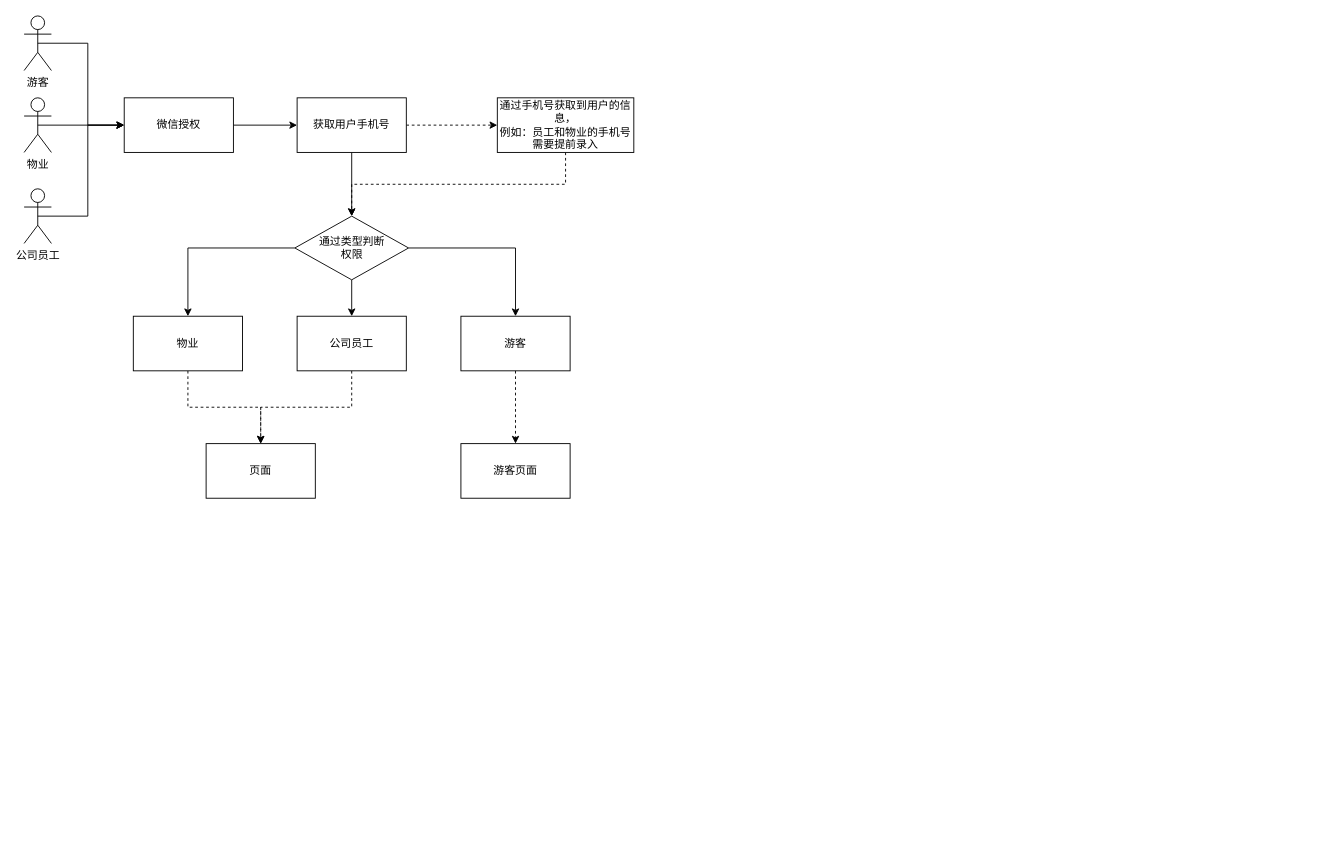
Above: 江山数字消防-小程序登陆流程图.drawio in dongzl/diagram (draw.io), before the change. Source tidied: cells renumbered, new cells numbered last; positions are measured from the earlier drawing's top-left corner, leaving out a move shared by most shapes. Both pictures are drawn from the tidied source at 91%, with x=0, y=0 at pixel (24, 15).
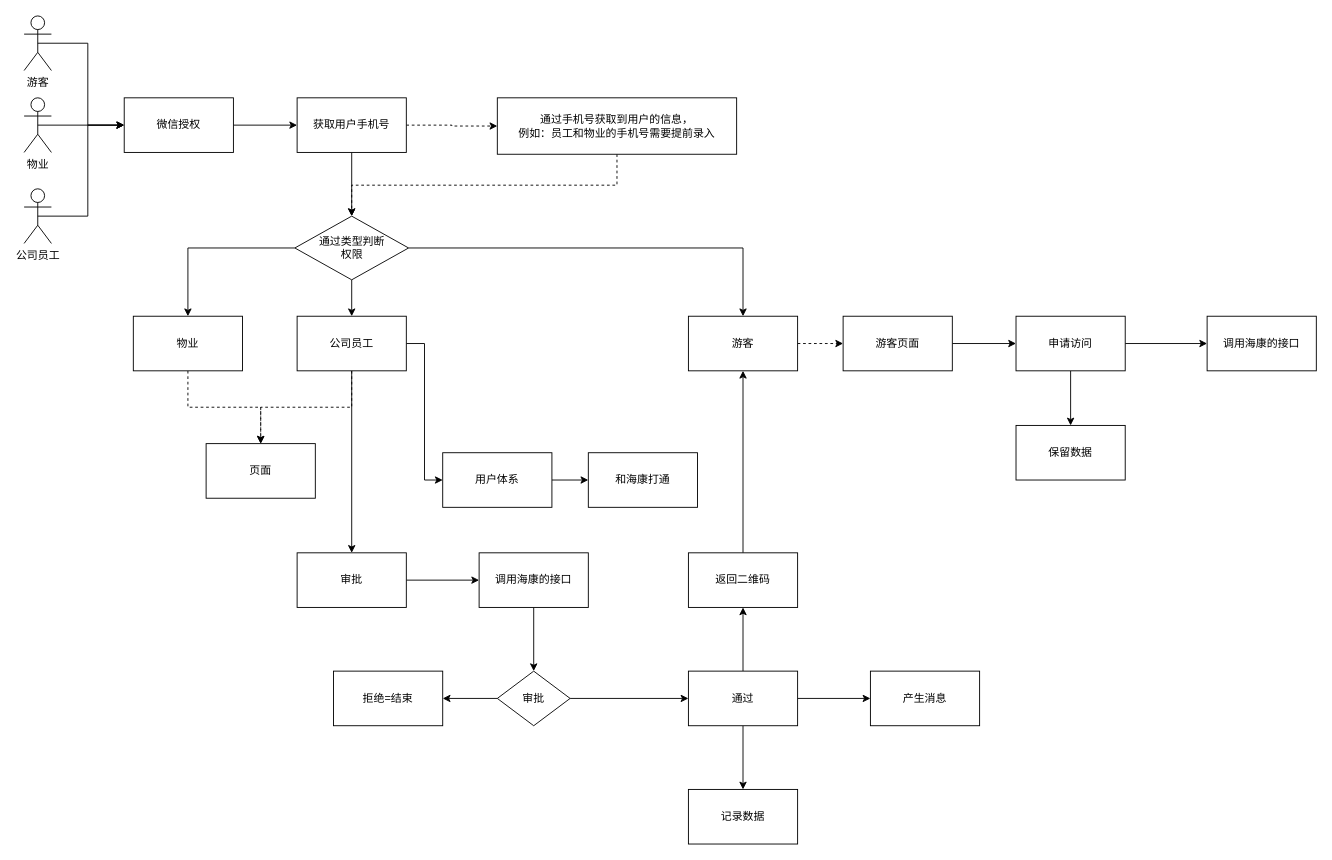
After the change.

Commit message:
更新江山数字消防-小程序登陆流程图.drawio

The change refers to these unchanged cells:
```xml
<mxCell id="20" value="公司员工" style="whiteSpace=wrap;html=1;rounded=0;" parent="1" vertex="1">
  <mxGeometry x="300" y="330" width="120" height="60" as="geometry" />
</mxCell>
```

Diff of the diagram source:
```diff
@@
-<mxGraphModel>
+<mxGraphModel background="#ffffff">
@@
+    <mxCell id="27" style="edgeStyle=orthogonalEdgeStyle;rounded=0;jettySize=auto;html=1;entryX=0.5;entryY=0;entryDx=0;entryDy=0;" parent="1" edge="1" source="20" target="36">
+      <mxGeometry relative="1" as="geometry" />
+    </mxCell>
+    <mxCell id="28" style="edgeStyle=orthogonalEdgeStyle;rounded=0;jettySize=auto;html=1;entryX=0;entryY=0.5;entryDx=0;entryDy=0;" parent="1" edge="1" source="20" target="42">
+      <mxGeometry relative="1" as="geometry" />
+    </mxCell>
@@
     <mxCell id="22" value="游客" style="whiteSpace=wrap;html=1;rounded=0;" parent="1" vertex="1">
-      <mxGeometry x="480" y="330" width="120" height="60" as="geometry" />
+      <mxGeometry x="730" y="330" width="120" height="60" as="geometry" />
     </mxCell>
@@
     <mxCell id="24" value="通过手机号获取到用户的信息，&lt;br&gt;例如：员工和物业的手机号需要提前录入" style="whiteSpace=wrap;html=1;rounded=0;" parent="1" vertex="1">
-      <mxGeometry x="520" y="90" width="150" height="60" as="geometry" />
+      <mxGeometry x="520" y="90" width="263" height="62" as="geometry" />
     </mxCell>
@@
+    <mxCell id="29" style="edgeStyle=orthogonalEdgeStyle;rounded=0;jettySize=auto;html=1;" parent="1" edge="1" source="26" target="32">
+      <mxGeometry relative="1" as="geometry" />
+    </mxCell>
     <mxCell id="26" value="游客页面" style="whiteSpace=wrap;html=1;rounded=0;" parent="1" vertex="1">
-      <mxGeometry x="480" y="470" width="120" height="60" as="geometry" />
+      <mxGeometry x="900" y="330" width="120" height="60" as="geometry" />
     </mxCell>
+    <mxCell id="30" style="edgeStyle=orthogonalEdgeStyle;rounded=0;jettySize=auto;html=1;" parent="1" edge="1" source="32" target="33">
+      <mxGeometry relative="1" as="geometry" />
+    </mxCell>
+    <mxCell id="31" style="edgeStyle=orthogonalEdgeStyle;rounded=0;jettySize=auto;html=1;" parent="1" edge="1" source="32" target="34">
+      <mxGeometry relative="1" as="geometry" />
+    </mxCell>
+    <mxCell id="32" value="申请访问" style="whiteSpace=wrap;html=1;rounded=0;" parent="1" vertex="1">
+      <mxGeometry x="1090" y="330" width="120" height="60" as="geometry" />
+    </mxCell>
+    <mxCell id="33" value="调用海康的接口" style="whiteSpace=wrap;html=1;rounded=0;" parent="1" vertex="1">
+      <mxGeometry x="1300" y="330" width="120" height="60" as="geometry" />
+    </mxCell>
+    <mxCell id="34" value="保留数据" style="whiteSpace=wrap;html=1;rounded=0;" parent="1" vertex="1">
+      <mxGeometry x="1090" y="450" width="120" height="60" as="geometry" />
+    </mxCell>
+    <mxCell id="35" style="edgeStyle=orthogonalEdgeStyle;rounded=0;jettySize=auto;html=1;" parent="1" edge="1" source="36" target="38">
+      <mxGeometry relative="1" as="geometry" />
+    </mxCell>
+    <mxCell id="36" value="审批" style="whiteSpace=wrap;html=1;rounded=0;" parent="1" vertex="1">
+      <mxGeometry x="300" y="590" width="120" height="60" as="geometry" />
+    </mxCell>
+    <mxCell id="37" style="edgeStyle=orthogonalEdgeStyle;rounded=0;jettySize=auto;html=1;" parent="1" edge="1" source="38" target="46">
+      <mxGeometry relative="1" as="geometry" />
+    </mxCell>
+    <mxCell id="38" value="调用海康的接口" style="whiteSpace=wrap;html=1;rounded=0;" parent="1" vertex="1">
+      <mxGeometry x="500" y="590" width="120" height="60" as="geometry" />
+    </mxCell>
+    <mxCell id="39" style="edgeStyle=orthogonalEdgeStyle;rounded=0;jettySize=auto;html=1;entryX=0.5;entryY=1;entryDx=0;entryDy=0;" parent="1" edge="1" source="40" target="22">
+      <mxGeometry relative="1" as="geometry" />
+    </mxCell>
+    <mxCell id="40" value="返回二维码" style="whiteSpace=wrap;html=1;rounded=0;" parent="1" vertex="1">
+      <mxGeometry x="730" y="590" width="120" height="60" as="geometry" />
+    </mxCell>
+    <mxCell id="41" style="edgeStyle=orthogonalEdgeStyle;rounded=0;jettySize=auto;html=1;" parent="1" edge="1" source="42" target="43">
+      <mxGeometry relative="1" as="geometry" />
+    </mxCell>
+    <mxCell id="42" value="用户体系" style="whiteSpace=wrap;html=1;rounded=0;" parent="1" vertex="1">
+      <mxGeometry x="460" y="480" width="120" height="60" as="geometry" />
+    </mxCell>
+    <mxCell id="43" value="和海康打通" style="whiteSpace=wrap;html=1;rounded=0;" parent="1" vertex="1">
+      <mxGeometry x="620" y="480" width="120" height="60" as="geometry" />
+    </mxCell>
+    <mxCell id="44" style="edgeStyle=orthogonalEdgeStyle;rounded=0;jettySize=auto;html=1;" parent="1" edge="1" source="46" target="50">
+      <mxGeometry relative="1" as="geometry" />
+    </mxCell>
+    <mxCell id="45" style="edgeStyle=orthogonalEdgeStyle;rounded=0;jettySize=auto;html=1;" parent="1" edge="1" source="46" target="53">
+      <mxGeometry relative="1" as="geometry" />
+    </mxCell>
+    <mxCell id="46" value="审批" style="rhombus;whiteSpace=wrap;html=1;rounded=0;" parent="1" vertex="1">
+      <mxGeometry x="520" y="720" width="80" height="60" as="geometry" />
+    </mxCell>
+    <mxCell id="47" style="edgeStyle=orthogonalEdgeStyle;rounded=0;jettySize=auto;html=1;" parent="1" edge="1" source="50" target="40">
+      <mxGeometry relative="1" as="geometry" />
+    </mxCell>
+    <mxCell id="48" style="edgeStyle=orthogonalEdgeStyle;rounded=0;jettySize=auto;html=1;" parent="1" edge="1" source="50" target="51">
+      <mxGeometry relative="1" as="geometry" />
+    </mxCell>
+    <mxCell id="49" style="edgeStyle=orthogonalEdgeStyle;rounded=0;jettySize=auto;html=1;" parent="1" edge="1" source="50" target="52">
+      <mxGeometry relative="1" as="geometry" />
+    </mxCell>
+    <mxCell id="50" value="通过" style="whiteSpace=wrap;html=1;rounded=0;" parent="1" vertex="1">
+      <mxGeometry x="730" y="720" width="120" height="60" as="geometry" />
+    </mxCell>
+    <mxCell id="51" value="产生消息" style="whiteSpace=wrap;html=1;rounded=0;" parent="1" vertex="1">
+      <mxGeometry x="930" y="720" width="120" height="60" as="geometry" />
+    </mxCell>
+    <mxCell id="52" value="记录数据" style="whiteSpace=wrap;html=1;rounded=0;" parent="1" vertex="1">
+      <mxGeometry x="730" y="850" width="120" height="60" as="geometry" />
+    </mxCell>
+    <mxCell id="53" value="拒绝=结束" style="whiteSpace=wrap;html=1;rounded=0;" parent="1" vertex="1">
+      <mxGeometry x="340" y="720" width="120" height="60" as="geometry" />
+    </mxCell>
```
